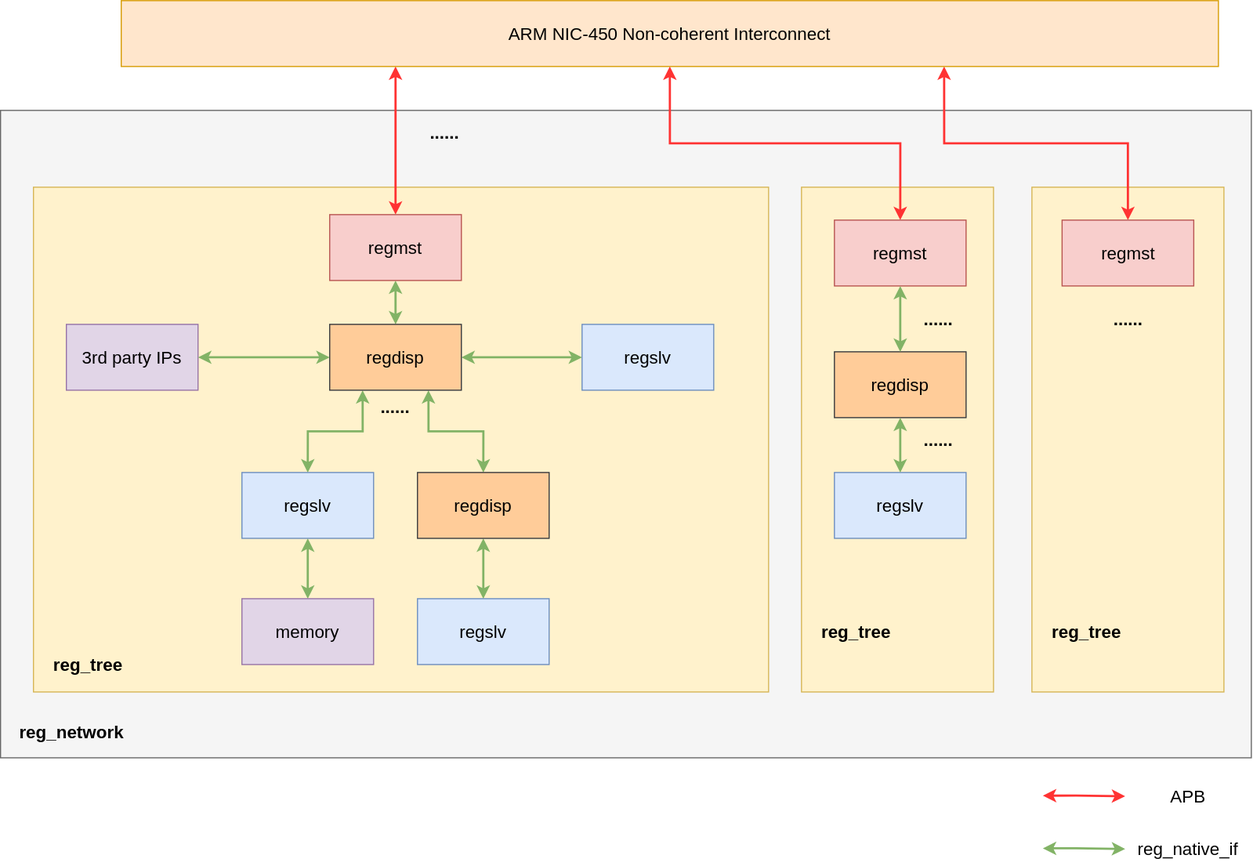
The draw.io diagram docs/pics/reg_network.svg in howsayhao/hj_reg_auto, before a commit. Source tidied: cells renumbered, new cells last; positions are measured from the earlier drawing's top-left corner, leaving out a move shared by most shapes.
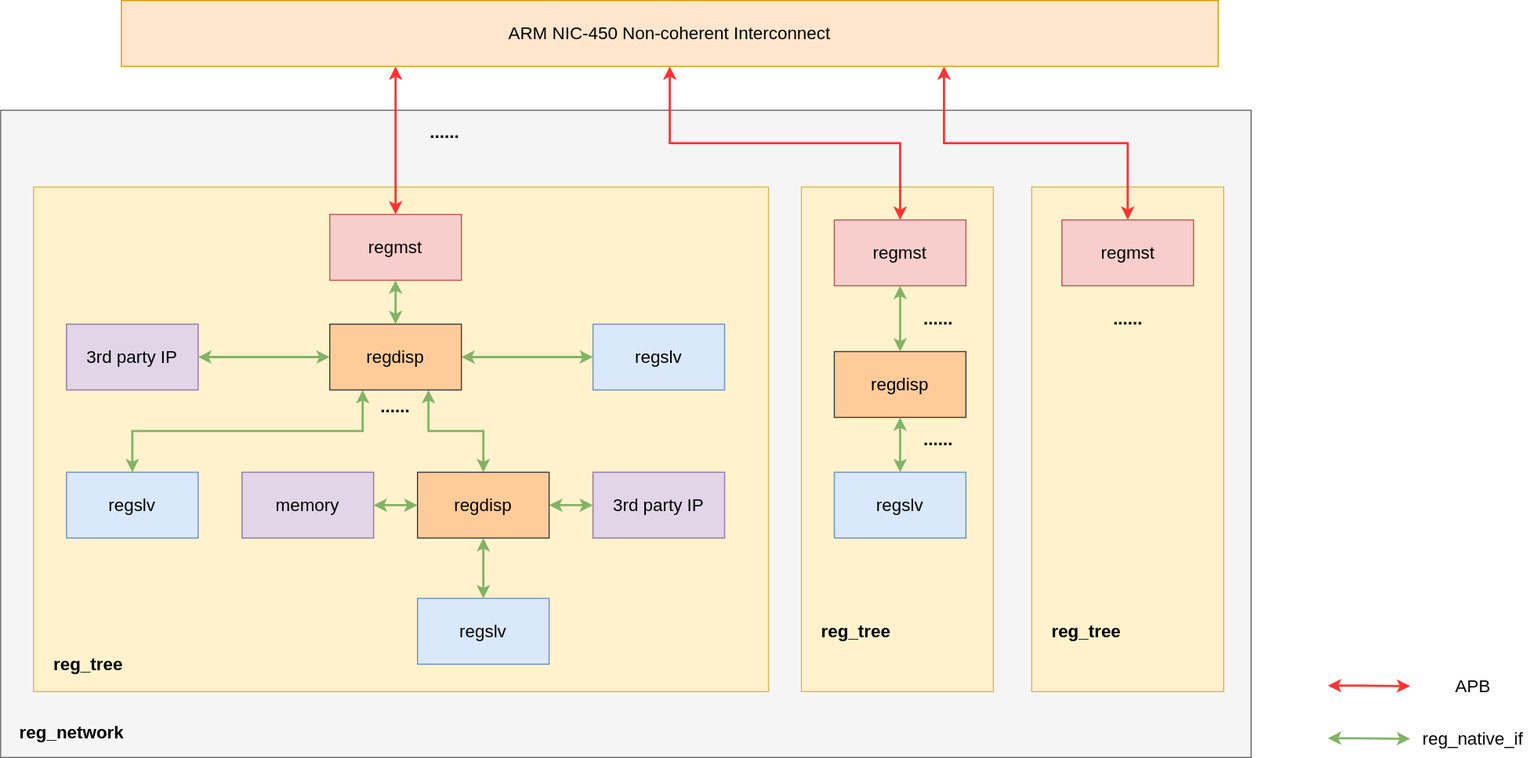
Above is the later version.

The edit, as a diff of the source:
```diff
@@ -35,7 +35,7 @@
     <mxCell id="12" value="regmst" style="rounded=0;whiteSpace=wrap;html=1;fillColor=#f8cecc;strokeColor=#b85450;fontStyle=0;fontSize=16;" parent="1" vertex="1">
       <mxGeometry x="967.5" y="200" width="120" height="60" as="geometry" />
     </mxCell>
-    <mxCell id="13" value="3rd party IPs" style="rounded=0;whiteSpace=wrap;html=1;fontStyle=0;fontSize=16;fillColor=#e1d5e7;strokeColor=#9673a6;" parent="1" vertex="1">
+    <mxCell id="13" value="3rd party IP" style="rounded=0;whiteSpace=wrap;html=1;fontStyle=0;fontSize=16;fillColor=#e1d5e7;strokeColor=#9673a6;" parent="1" vertex="1">
       <mxGeometry x="60" y="295" width="120" height="60" as="geometry" />
     </mxCell>
     <mxCell id="14" style="edgeStyle=orthogonalEdgeStyle;rounded=0;html=1;exitX=0.25;exitY=1;exitDx=0;exitDy=0;fontSize=16;startArrow=classic;startFill=1;strokeColor=#82b366;strokeWidth=2;entryX=0.5;entryY=0;entryDx=0;entryDy=0;fillColor=#d5e8d4;" parent="1" edge="1" source="18" target="22">
@@ -59,15 +59,18 @@
     <mxCell id="20" value="&lt;font style=&quot;font-size: 16px;&quot;&gt;&lt;span style=&quot;font-size: 16px;&quot;&gt;......&lt;/span&gt;&lt;/font&gt;" style="text;html=1;strokeColor=none;fillColor=none;align=center;verticalAlign=middle;whiteSpace=wrap;rounded=0;fontStyle=1;fontSize=16;" parent="1" vertex="1">
       <mxGeometry x="380" y="110" width="50" height="20" as="geometry" />
     </mxCell>
-    <mxCell id="21" style="edgeStyle=orthogonalEdgeStyle;rounded=0;html=1;exitX=0.5;exitY=1;exitDx=0;exitDy=0;fontSize=16;startArrow=classic;startFill=1;strokeWidth=2;fillColor=#d5e8d4;strokeColor=#82b366;" parent="1" edge="1" source="22" target="35">
-      <mxGeometry relative="1" as="geometry" />
-    </mxCell>
     <mxCell id="22" value="regslv" style="rounded=0;whiteSpace=wrap;html=1;fillColor=#dae8fc;strokeColor=#6c8ebf;fontStyle=0;fontSize=16;" parent="1" vertex="1">
-      <mxGeometry x="220" y="430" width="120" height="60" as="geometry" />
+      <mxGeometry x="60" y="430" width="120" height="60" as="geometry" />
     </mxCell>
     <mxCell id="23" style="edgeStyle=orthogonalEdgeStyle;rounded=0;html=1;startArrow=classic;startFill=1;strokeWidth=2;fillColor=#d5e8d4;strokeColor=#82b366;" parent="1" edge="1" source="24" target="36">
       <mxGeometry relative="1" as="geometry" />
     </mxCell>
+    <mxCell id="46" style="edgeStyle=none;html=1;fillColor=#d5e8d4;strokeColor=#82b366;strokeWidth=2;startArrow=classic;startFill=1;" parent="1" edge="1" source="24" target="35">
+      <mxGeometry relative="1" as="geometry" />
+    </mxCell>
+    <mxCell id="47" style="edgeStyle=none;html=1;exitX=1;exitY=0.5;exitDx=0;exitDy=0;entryX=0;entryY=0.5;entryDx=0;entryDy=0;startArrow=classic;startFill=1;strokeWidth=2;fillColor=#d5e8d4;strokeColor=#82b366;" parent="1" edge="1" source="24" target="48">
+      <mxGeometry relative="1" as="geometry" />
+    </mxCell>
     <mxCell id="24" value="regdisp" style="rounded=0;whiteSpace=wrap;html=1;fillColor=#ffcc99;strokeColor=#36393d;fontStyle=0;fontSize=16;" parent="1" vertex="1">
       <mxGeometry x="380" y="430" width="120" height="60" as="geometry" />
     </mxCell>
@@ -75,7 +78,7 @@
       <mxGeometry x="1002.5" y="280" width="50" height="20" as="geometry" />
     </mxCell>
     <mxCell id="26" style="group;fontSize=16;" parent="1" vertex="1">
-      <mxGeometry x="980" y="710" width="160" height="30" as="geometry" />
+      <mxGeometry x="1240" y="610" width="160" height="30" as="geometry" />
     </mxCell>
     <mxCell id="27" style="edgeStyle=orthogonalEdgeStyle;html=1;rounded=0;strokeWidth=2;strokeColor=#FF3333;fontStyle=0;fontSize=16;startArrow=classic;startFill=1;fillColor=#d5e8d4;" parent="26" edge="1">
       <mxGeometry relative="1" as="geometry">
@@ -97,7 +100,7 @@
       <mxGeometry x="950" y="560" width="80" height="30" as="geometry" />
     </mxCell>
     <mxCell id="31" style="group;fontSize=16;" parent="1" vertex="1">
-      <mxGeometry x="980" y="758" width="160" height="30" as="geometry" />
+      <mxGeometry x="1240" y="658" width="160" height="30" as="geometry" />
     </mxCell>
     <mxCell id="32" style="edgeStyle=orthogonalEdgeStyle;html=1;rounded=0;strokeWidth=2;strokeColor=#82b366;fontStyle=0;fontSize=16;startArrow=classic;startFill=1;fillColor=#d5e8d4;" parent="31" edge="1">
       <mxGeometry relative="1" as="geometry">
@@ -115,9 +118,6 @@
     <mxCell id="34" value="reg_network" style="text;html=1;strokeColor=none;fillColor=none;align=center;verticalAlign=middle;whiteSpace=wrap;rounded=0;fontSize=16;fontStyle=1;" parent="1" vertex="1">
       <mxGeometry x="10" y="652" width="110" height="30" as="geometry" />
     </mxCell>
-    <mxCell id="35" value="memory" style="rounded=0;whiteSpace=wrap;html=1;fontStyle=0;fontSize=16;fillColor=#e1d5e7;strokeColor=#9673a6;" parent="1" vertex="1">
-      <mxGeometry x="220" y="545" width="120" height="60" as="geometry" />
-    </mxCell>
     <mxCell id="36" value="regslv" style="rounded=0;whiteSpace=wrap;html=1;fillColor=#dae8fc;strokeColor=#6c8ebf;fontStyle=0;fontSize=16;" parent="1" vertex="1">
       <mxGeometry x="380" y="545" width="120" height="60" as="geometry" />
     </mxCell>
@@ -146,7 +146,13 @@
       <mxGeometry relative="1" as="geometry" />
     </mxCell>
     <mxCell id="45" value="regslv" style="rounded=0;whiteSpace=wrap;html=1;fillColor=#dae8fc;strokeColor=#6c8ebf;fontStyle=0;fontSize=16;" parent="1" vertex="1">
-      <mxGeometry x="530" y="295" width="120" height="60" as="geometry" />
+      <mxGeometry x="540" y="295" width="120" height="60" as="geometry" />
     </mxCell>
+    <mxCell id="35" value="memory" style="rounded=0;whiteSpace=wrap;html=1;fontStyle=0;fontSize=16;fillColor=#e1d5e7;strokeColor=#9673a6;" parent="1" vertex="1">
+      <mxGeometry x="220" y="430" width="120" height="60" as="geometry" />
+    </mxCell>
+    <mxCell id="48" value="3rd party IP" style="rounded=0;whiteSpace=wrap;html=1;fontStyle=0;fontSize=16;fillColor=#e1d5e7;strokeColor=#9673a6;" parent="1" vertex="1">
+      <mxGeometry x="540" y="430" width="120" height="60" as="geometry" />
+    </mxCell>
   </root>
 </mxGraphModel>
```
